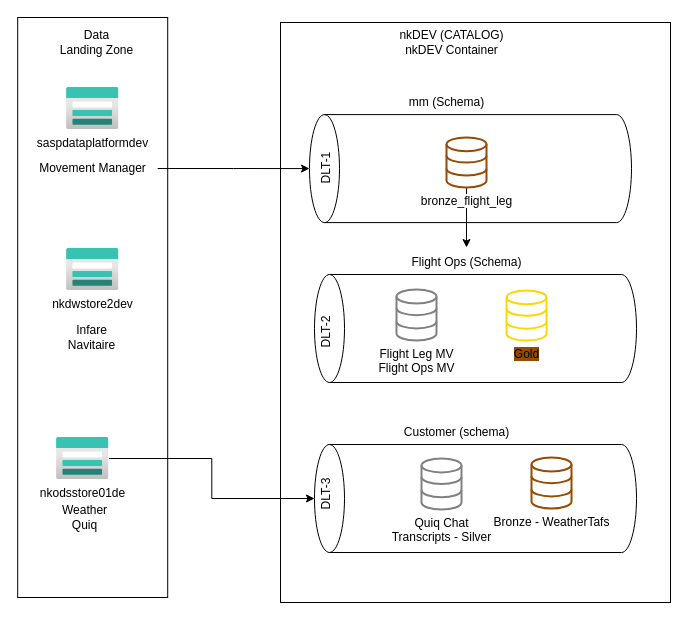
nkuppili/nkuppili keeps this draw.io diagram as UnityCatalog.drawio. Above is the earlier version. Source tidied: cells renumbered, new cells numbered last; positions are measured from the earlier drawing's top-left corner, leaving out a move shared by most shapes. Both pictures are drawn from the tidied source at 100%, with x=0, y=0 at pixel (17, 7).
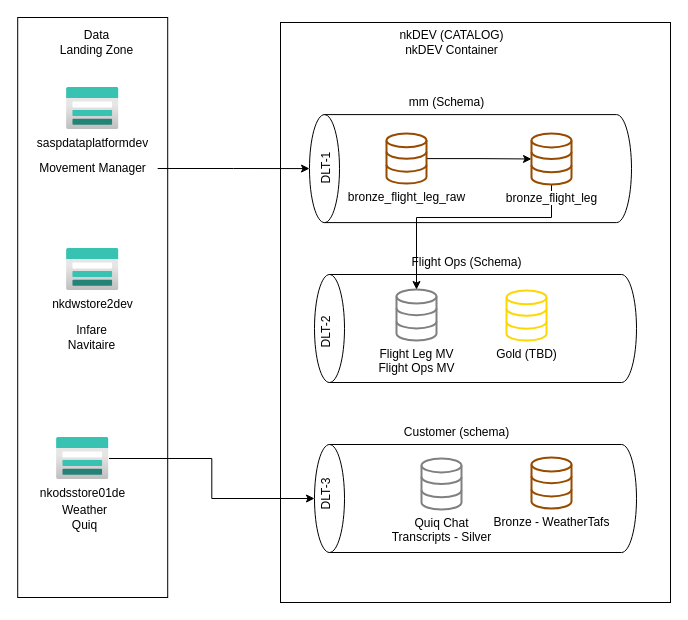
The same diagram, later.

Unchanged cells that the change refers to:
```xml
<mxCell id="16" value="Flight Leg MV&lt;br&gt;Flight Ops MV" style="html=1;verticalLabelPosition=bottom;align=center;labelBackgroundColor=#ffffff;verticalAlign=top;strokeWidth=2;strokeColor=#808080;shadow=0;dashed=0;shape=mxgraph.ios7.icons.data;" parent="1" vertex="1">
  <mxGeometry x="379" y="282" width="40" height="51.1" as="geometry" />
</mxCell>
<mxCell id="24" value="Flight Ops (Schema)" style="text;html=1;align=center;verticalAlign=middle;points=[];strokeColor=none;fillColor=none;" parent="1" vertex="1">
  <mxGeometry x="384" y="240" width="130" height="30" as="geometry" />
</mxCell>
```

Diff of the diagram source:
```diff
@@
-    <mxCell id="5" style="edgeStyle=orthogonalEdgeStyle;rounded=0;jettySize=auto;html=1;" parent="1" edge="1" source="6" target="24">
-      <mxGeometry relative="1" as="geometry" />
-    </mxCell>
+    <mxCell id="29" style="edgeStyle=orthogonalEdgeStyle;rounded=0;jettySize=auto;html=1;" parent="1" edge="1" source="6" target="31">
+      <mxGeometry relative="1" as="geometry" />
+    </mxCell>
-    <mxCell id="6" value="bronze_flight_leg" style="html=1;verticalLabelPosition=bottom;align=center;labelBackgroundColor=#ffffff;verticalAlign=top;strokeWidth=2;strokeColor=#964B00;shadow=0;dashed=0;shape=mxgraph.ios7.icons.data;" parent="1" vertex="1">
-      <mxGeometry x="429" y="129.9" width="40" height="50.1" as="geometry" />
+    <mxCell id="6" value="bronze_flight_leg_raw" style="html=1;verticalLabelPosition=bottom;align=center;labelBackgroundColor=#ffffff;verticalAlign=top;strokeWidth=2;strokeColor=#964B00;shadow=0;dashed=0;shape=mxgraph.ios7.icons.data;" parent="1" vertex="1">
+      <mxGeometry x="369" y="126" width="40" height="50.1" as="geometry" />
     </mxCell>
@@
-    <mxCell id="15" value="Gold" style="html=1;verticalLabelPosition=bottom;align=center;labelBackgroundColor=#964B00;verticalAlign=top;strokeWidth=2;strokeColor=#FFD700;shadow=0;dashed=0;shape=mxgraph.ios7.icons.data;" parent="1" vertex="1">
+    <mxCell id="15" value="Gold (TBD)" style="html=1;verticalLabelPosition=bottom;align=center;labelBackgroundColor=#ffffff;verticalAlign=top;strokeWidth=2;strokeColor=#FFD700;shadow=0;dashed=0;shape=mxgraph.ios7.icons.data;" parent="1" vertex="1">
       <mxGeometry x="489" y="283" width="40" height="50.1" as="geometry" />
     </mxCell>
@@
+    <mxCell id="30" style="edgeStyle=orthogonalEdgeStyle;rounded=0;jettySize=auto;html=1;" parent="1" edge="1" source="31" target="16">
+      <mxGeometry relative="1" as="geometry">
+        <Array as="points">
+          <mxPoint x="534" y="210" />
+          <mxPoint x="399" y="210" />
+        </Array>
+      </mxGeometry>
+    </mxCell>
+    <mxCell id="31" value="bronze_flight_leg" style="html=1;verticalLabelPosition=bottom;align=center;labelBackgroundColor=#ffffff;verticalAlign=top;strokeWidth=2;strokeColor=#964B00;shadow=0;dashed=0;shape=mxgraph.ios7.icons.data;" parent="1" vertex="1">
+      <mxGeometry x="514" y="125.9" width="40" height="51.1" as="geometry" />
+    </mxCell>
```
